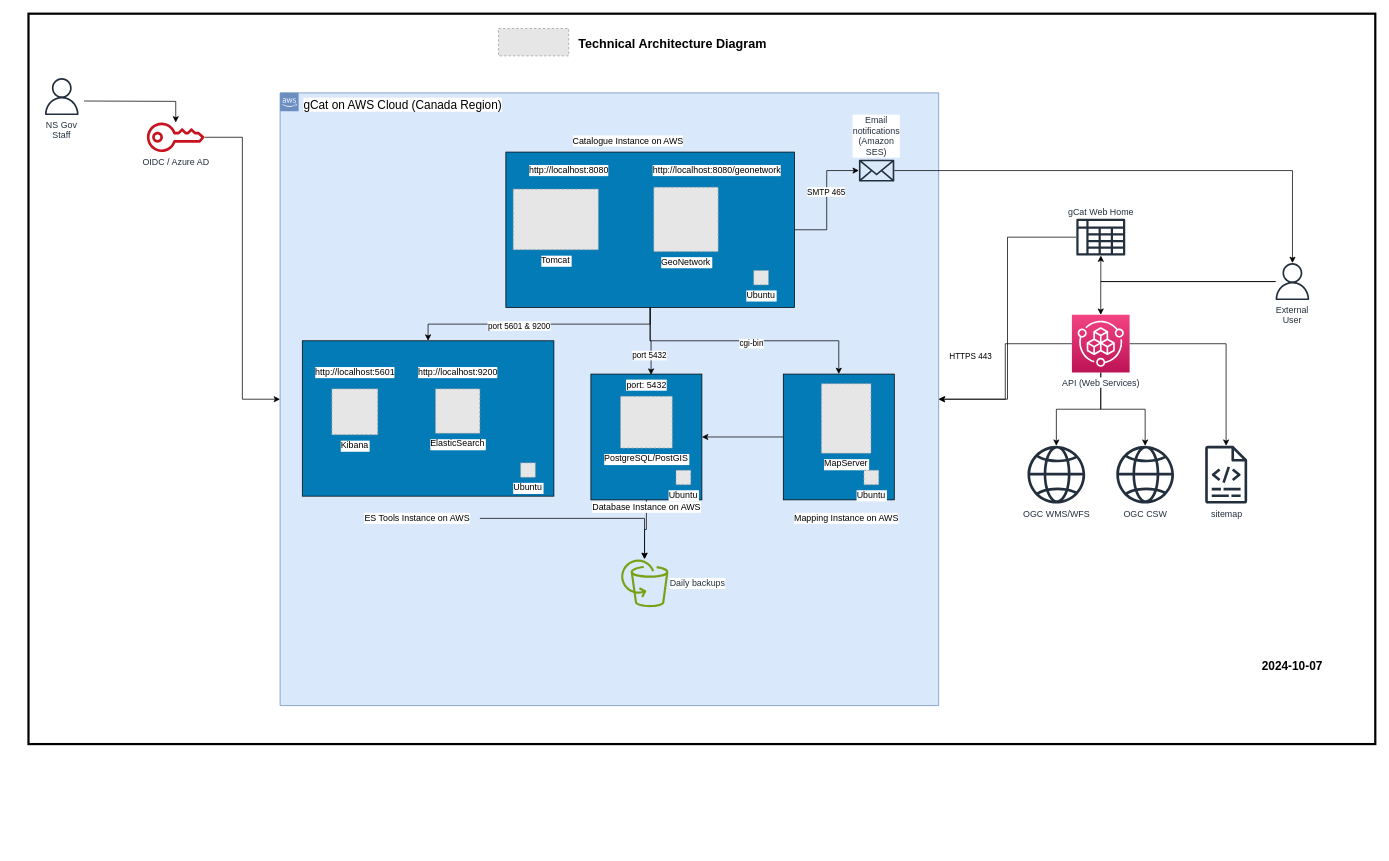
GatewayGeo/gCat keeps this draw.io diagram as docs/architecture-diagrams/gCat-Technical-Architecture.drawio. Above is the earlier version. Source tidied: cells renumbered, new cells numbered last; positions are measured from the earlier drawing's top-left corner, leaving out a move shared by most shapes. Both pictures are drawn from the tidied source at 74%, with x=0, y=0 at pixel (28, 13). Pictures stored in the file or linked from it are replaced by grey dashed boxes.
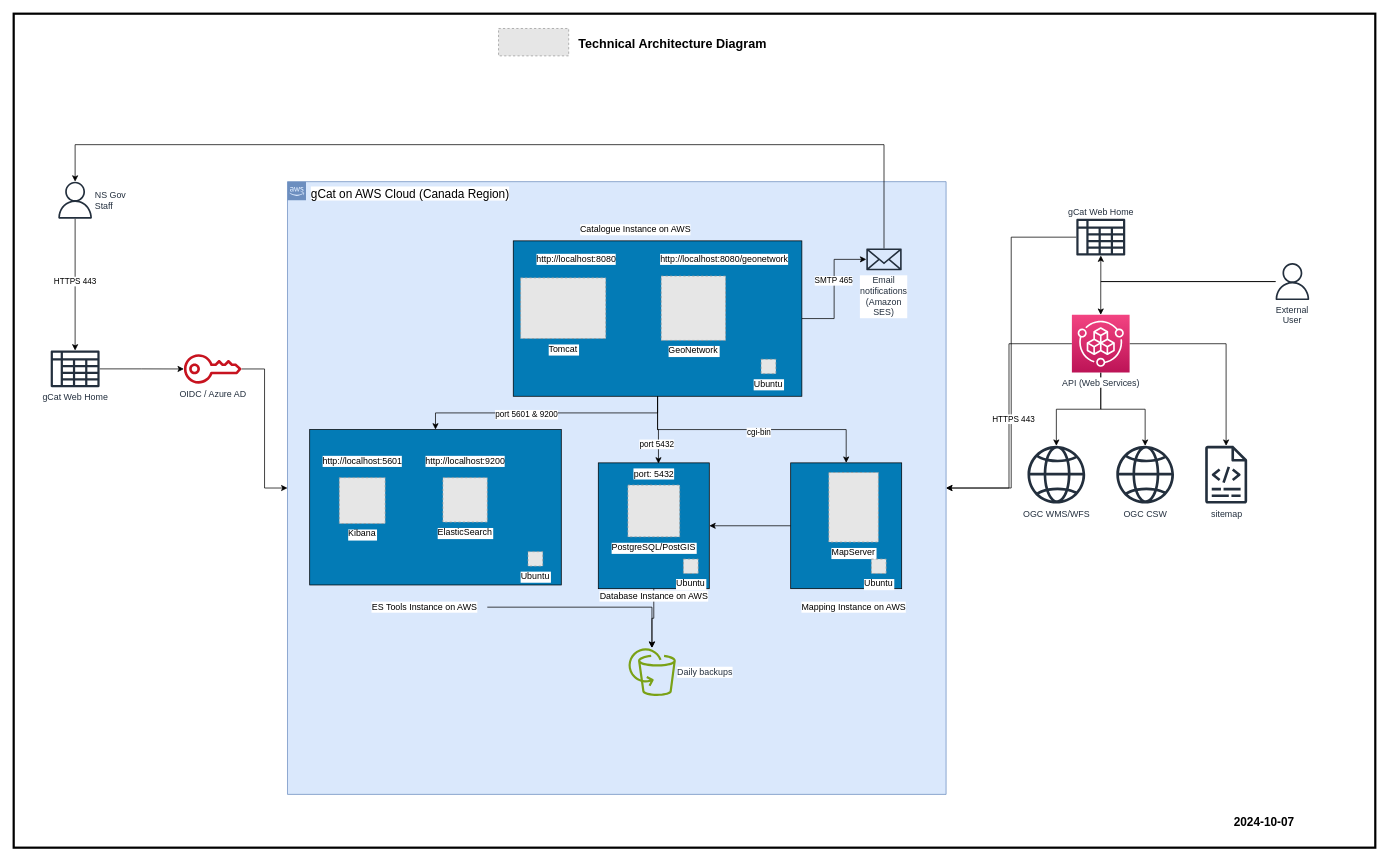
Above is the later version.

Commit message (it also covers changes not shown here):
add Architecture diagrams

The change refers to these unchanged cells:
```xml
<mxCell id="57" value="External User" style="sketch=0;outlineConnect=0;fontColor=#232F3E;gradientColor=none;fillColor=#232F3D;strokeColor=none;dashed=0;verticalLabelPosition=bottom;verticalAlign=top;align=center;html=1;fontSize=12;fontStyle=0;shape=mxgraph.aws4.user;whiteSpace=wrap;" parent="1" vertex="1">
  <mxGeometry x="1683" y="337" width="50" height="50" as="geometry" />
</mxCell>
<mxCell id="58" style="edgeStyle=orthogonalEdgeStyle;rounded=0;jettySize=auto;html=1;" parent="1" edge="1" source="60" target="3">
  <mxGeometry relative="1" as="geometry" />
</mxCell>
```

Diff of the diagram source:
```diff
@@
     <mxCell id="3" value="&lt;font style=&quot;font-size: 16px;&quot;&gt;gCat on AWS Cloud (Canada Region)&lt;/font&gt;" style="points=[[0,0],[0.25,0],[0.5,0],[0.75,0],[1,0],[1,0.25],[1,0.5],[1,0.75],[1,1],[0.75,1],[0.5,1],[0.25,1],[0,1],[0,0.75],[0,0.5],[0,0.25]];outlineConnect=0;html=1;whiteSpace=wrap;fontSize=12;fontStyle=0;shape=mxgraph.aws4.group;grIcon=mxgraph.aws4.group_aws_cloud_alt;strokeColor=#6c8ebf;fillColor=#dae8fc;verticalAlign=top;align=left;spacingLeft=30;dashed=0;labelBackgroundColor=#ffffff;" parent="1" vertex="1">
-      <mxGeometry x="340" y="107" width="890" height="828" as="geometry" />
+      <mxGeometry x="350" y="227" width="890" height="828" as="geometry" />
     </mxCell>
@@
-    <mxCell id="33" value="Email notifications (Amazon SES)" style="sketch=0;outlineConnect=0;fontColor=#232F3E;gradientColor=none;fillColor=#232F3D;strokeColor=none;dashed=0;verticalLabelPosition=top;verticalAlign=bottom;align=center;html=1;fontSize=12;fontStyle=0;shape=mxgraph.aws4.email_2;whiteSpace=wrap;labelPosition=center;labelBackgroundColor=default;direction=east;" parent="3" vertex="1">
+    <mxCell id="33" value="Email notifications (Amazon SES)" style="sketch=0;outlineConnect=0;fontColor=#232F3E;gradientColor=none;fillColor=#232F3D;strokeColor=none;dashed=0;verticalLabelPosition=bottom;verticalAlign=top;align=center;html=1;fontSize=12;fontStyle=0;shape=mxgraph.aws4.email_2;whiteSpace=wrap;labelPosition=center;labelBackgroundColor=default;direction=east;" parent="3" vertex="1">
       <mxGeometry x="782.2" y="90" width="47.8" height="30" as="geometry" />
     </mxCell>
@@
     <mxCell id="40" style="rounded=0;whiteSpace=wrap;html=1;fillColor=none;strokeWidth=3;" parent="1" vertex="1">
-      <mxGeometry width="1820" height="987" as="geometry" />
+      <mxGeometry x="-20" width="1840" height="1127" as="geometry" />
     </mxCell>
@@
     <mxCell id="47" value="OIDC / Azure AD" style="outlineConnect=0;fontColor=#232F3E;gradientColor=none;fillColor=#C7131F;strokeColor=none;dashed=0;verticalLabelPosition=bottom;verticalAlign=top;align=center;html=1;fontSize=12;fontStyle=0;shape=mxgraph.aws4.addon;labelBackgroundColor=#ffffff;" parent="1" vertex="1">
-      <mxGeometry x="160" y="147" width="78" height="40" as="geometry" />
+      <mxGeometry x="210" y="460" width="78" height="40" as="geometry" />
     </mxCell>
@@
-    <mxCell id="49" style="edgeStyle=orthogonalEdgeStyle;rounded=0;jettySize=auto;html=1;" parent="1" edge="1" target="47">
-      <mxGeometry relative="1" as="geometry">
-        <mxPoint x="75" y="118" as="sourcePoint" />
-      </mxGeometry>
-    </mxCell>
     <mxCell id="50" value="&lt;div style=&quot;font-size: 16px;&quot;&gt;&lt;b&gt;2024-10-07&lt;/b&gt;&lt;/div&gt;" style="text;strokeColor=none;align=center;fillColor=none;html=1;verticalAlign=middle;whiteSpace=wrap;rounded=0;" parent="1" vertex="1">
-      <mxGeometry x="1658" y="867" width="100" height="30" as="geometry" />
+      <mxGeometry x="1620" y="1077" width="100" height="30" as="geometry" />
     </mxCell>
@@
+    <mxCell id="63" style="edgeStyle=orthogonalEdgeStyle;rounded=0;jettySize=auto;html=1;" parent="1" edge="1" source="54" target="66">
+      <mxGeometry relative="1" as="geometry" />
+    </mxCell>
+    <mxCell id="64" value="HTTPS 443" style="edgeLabel;html=1;align=center;verticalAlign=middle;" parent="63" vertex="1">
+      <mxGeometry x="-0.05" y="-1" relative="1" as="geometry">
+        <mxPoint y="-1" as="offset" />
+      </mxGeometry>
+    </mxCell>
-    <mxCell id="54" value="&lt;div&gt;NS Gov Staff&lt;/div&gt;" style="sketch=0;outlineConnect=0;fontColor=#232F3E;gradientColor=none;fillColor=#232F3D;strokeColor=none;dashed=0;verticalLabelPosition=bottom;verticalAlign=top;align=center;html=1;fontSize=12;fontStyle=0;shape=mxgraph.aws4.user;whiteSpace=wrap;" parent="1" vertex="1">
-      <mxGeometry x="20" y="87" width="50" height="50" as="geometry" />
+    <mxCell id="54" value="&lt;div&gt;NS Gov Staff&lt;/div&gt;" style="sketch=0;outlineConnect=0;fontColor=#232F3E;gradientColor=none;fillColor=#232F3D;strokeColor=none;dashed=0;verticalLabelPosition=middle;verticalAlign=middle;align=left;html=1;fontSize=12;fontStyle=0;shape=mxgraph.aws4.user;whiteSpace=wrap;labelPosition=right;labelBackgroundColor=default;labelBorderColor=none;" parent="1" vertex="1">
+      <mxGeometry x="38" y="227" width="50" height="50" as="geometry" />
     </mxCell>
@@
     <mxCell id="59" value="HTTPS 443" style="edgeLabel;html=1;align=center;verticalAlign=middle;" parent="58" vertex="1">
       <mxGeometry x="-0.74" y="-4" relative="1" as="geometry">
-        <mxPoint x="-91" y="164" as="offset" />
+        <mxPoint x="-19" y="249" as="offset" />
       </mxGeometry>
     </mxCell>
@@
-    <mxCell id="61" style="edgeStyle=orthogonalEdgeStyle;rounded=0;jettySize=auto;html=1;" parent="1" edge="1" source="33" target="57">
-      <mxGeometry relative="1" as="geometry" />
-    </mxCell>
@@
+    <mxCell id="65" style="edgeStyle=orthogonalEdgeStyle;rounded=0;jettySize=auto;html=1;" parent="1" edge="1" source="66" target="47">
+      <mxGeometry relative="1" as="geometry" />
+    </mxCell>
+    <mxCell id="66" value="&lt;div&gt;gCat Web Home&lt;br&gt;&lt;/div&gt;" style="sketch=0;outlineConnect=0;fontColor=#232F3E;gradientColor=none;fillColor=#232F3D;strokeColor=none;dashed=0;verticalLabelPosition=bottom;verticalAlign=top;align=center;html=1;fontSize=12;fontStyle=0;shape=mxgraph.aws4.data_table;labelPosition=center;" parent="1" vertex="1">
+      <mxGeometry x="30" y="455" width="66.1" height="50" as="geometry" />
+    </mxCell>
+    <mxCell id="67" style="edgeStyle=orthogonalEdgeStyle;rounded=0;jettySize=auto;html=1;" parent="1" edge="1" source="33" target="54">
+      <mxGeometry relative="1" as="geometry">
+        <Array as="points">
+          <mxPoint x="1156" y="177" />
+          <mxPoint x="63" y="177" />
+        </Array>
+      </mxGeometry>
+    </mxCell>
```
